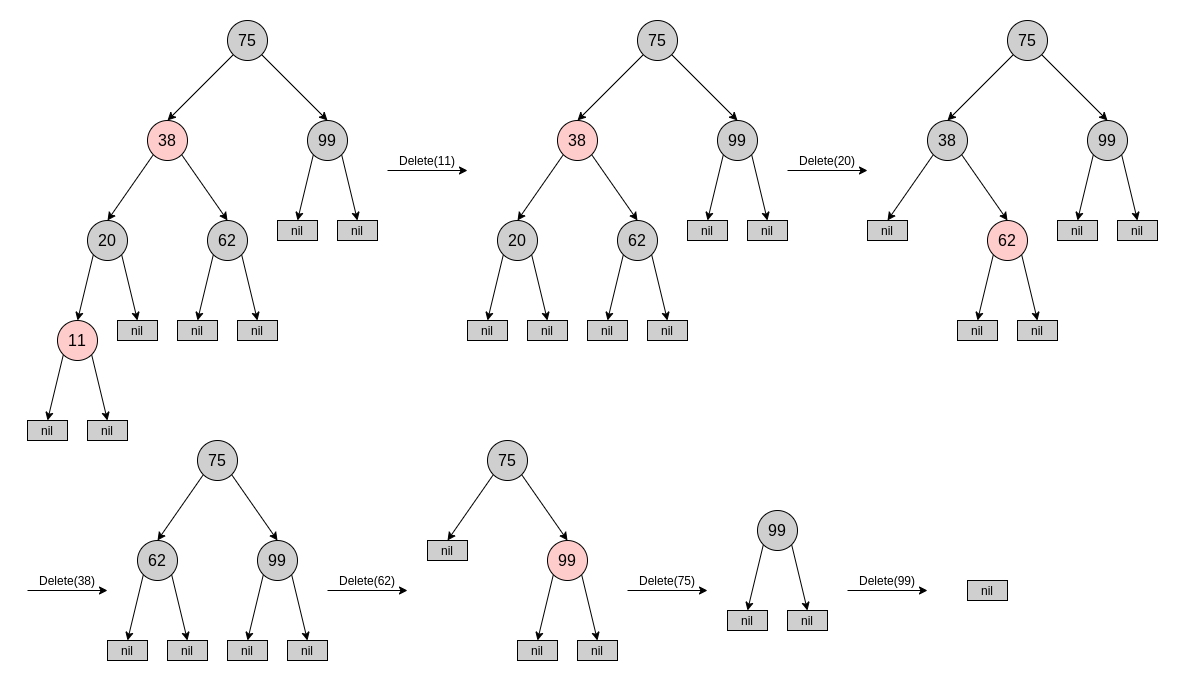
This is 数据结构/Homework/images/RB-tree-deletion.png from OrangeX4/NJUAI-Notes, a draw.io export, as it was before one commit. Source tidied: cells renumbered, new cells last; positions are measured from the earlier drawing's top-left corner, leaving out a move shared by most shapes.
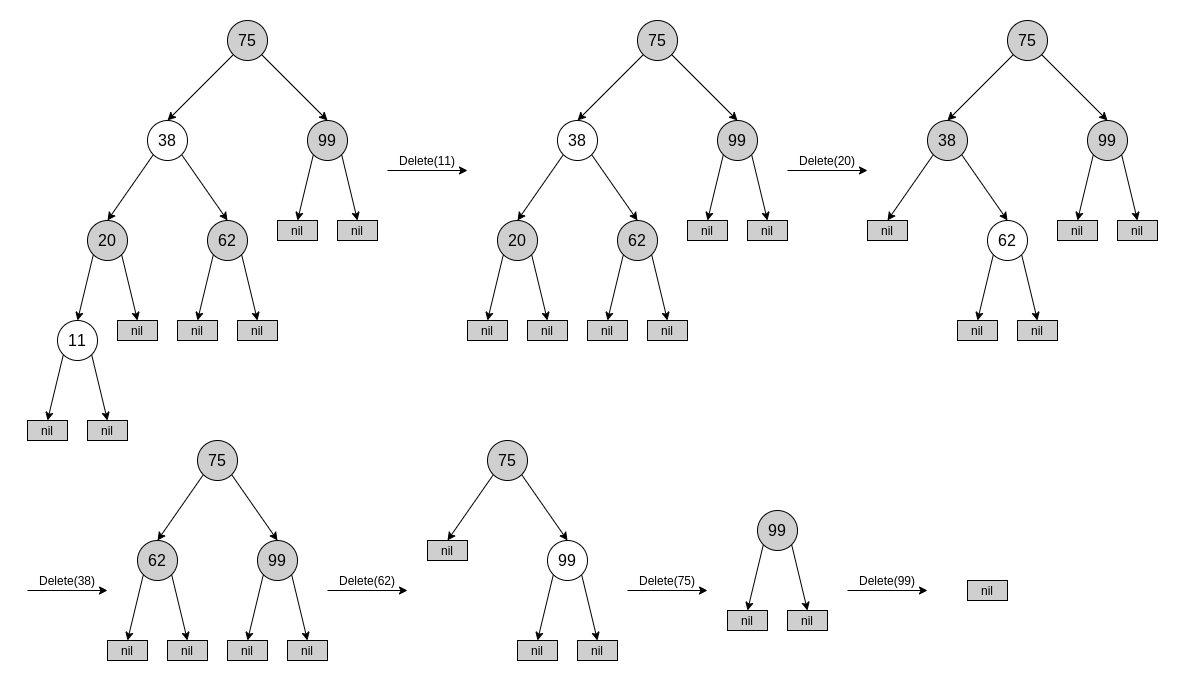
The same diagram one commit later.

Change to the diagram source:
```diff
@@ -29,7 +29,7 @@
     <mxCell id="9" style="edgeStyle=none;rounded=0;jettySize=auto;html=1;exitX=1;exitY=1;exitDx=0;exitDy=0;entryX=0.5;entryY=0;entryDx=0;entryDy=0;" parent="1" edge="1" source="10" target="29">
       <mxGeometry relative="1" as="geometry" />
     </mxCell>
-    <mxCell id="10" style="ellipse;whiteSpace=wrap;html=1;fillColor=#FFCCCC;" parent="1" vertex="1">
+    <mxCell id="10" style="ellipse;whiteSpace=wrap;html=1;fillColor=#FFFFFF;" parent="1" vertex="1">
       <mxGeometry x="120" y="100" width="40" height="40" as="geometry" />
     </mxCell>
     <mxCell id="11" value="&lt;font style=&quot;font-size: 16px&quot;&gt;38&lt;/font&gt;" style="text;html=1;strokeColor=none;fillColor=none;align=center;verticalAlign=middle;whiteSpace=wrap;rounded=0;" parent="1" vertex="1">
@@ -115,7 +115,7 @@
     <mxCell id="37" style="edgeStyle=none;rounded=0;jettySize=auto;html=1;exitX=1;exitY=1;exitDx=0;exitDy=0;entryX=0.5;entryY=0;entryDx=0;entryDy=0;" parent="1" edge="1" source="38" target="44">
       <mxGeometry relative="1" as="geometry" />
     </mxCell>
-    <mxCell id="38" style="ellipse;whiteSpace=wrap;html=1;fillColor=#FFCCCC;" parent="1" vertex="1">
+    <mxCell id="38" style="ellipse;whiteSpace=wrap;html=1;fillColor=#FFFFFF;" parent="1" vertex="1">
       <mxGeometry x="30" y="300" width="40" height="40" as="geometry" />
     </mxCell>
     <mxCell id="39" value="&lt;font style=&quot;font-size: 16px&quot;&gt;11&lt;/font&gt;" style="text;html=1;strokeColor=none;fillColor=none;align=center;verticalAlign=middle;whiteSpace=wrap;rounded=0;" parent="1" vertex="1">
@@ -154,7 +154,7 @@
     <mxCell id="50" style="edgeStyle=none;rounded=0;jettySize=auto;html=1;exitX=1;exitY=1;exitDx=0;exitDy=0;entryX=0.5;entryY=0;entryDx=0;entryDy=0;" parent="1" edge="1" source="51" target="70">
       <mxGeometry relative="1" as="geometry" />
     </mxCell>
-    <mxCell id="51" style="ellipse;whiteSpace=wrap;html=1;fillColor=#FFCCCC;" parent="1" vertex="1">
+    <mxCell id="51" style="ellipse;whiteSpace=wrap;html=1;fillColor=#FFFFFF;" parent="1" vertex="1">
       <mxGeometry x="530" y="100" width="40" height="40" as="geometry" />
     </mxCell>
     <mxCell id="52" value="&lt;font style=&quot;font-size: 16px&quot;&gt;38&lt;/font&gt;" style="text;html=1;strokeColor=none;fillColor=none;align=center;verticalAlign=middle;whiteSpace=wrap;rounded=0;" parent="1" vertex="1">
@@ -308,7 +308,7 @@
     <mxCell id="99" style="edgeStyle=none;rounded=0;jettySize=auto;html=1;exitX=1;exitY=1;exitDx=0;exitDy=0;entryX=0.5;entryY=0;entryDx=0;entryDy=0;" parent="1" edge="1" source="100" target="106">
       <mxGeometry relative="1" as="geometry" />
     </mxCell>
-    <mxCell id="100" style="ellipse;whiteSpace=wrap;html=1;fillColor=#FFCCCC;" parent="1" vertex="1">
+    <mxCell id="100" style="ellipse;whiteSpace=wrap;html=1;fillColor=#FFFFFF;" parent="1" vertex="1">
       <mxGeometry x="960" y="200" width="40" height="40" as="geometry" />
     </mxCell>
     <mxCell id="101" value="&lt;font style=&quot;font-size: 16px&quot;&gt;62&lt;/font&gt;" style="text;html=1;strokeColor=none;fillColor=none;align=center;verticalAlign=middle;whiteSpace=wrap;rounded=0;" parent="1" vertex="1">
@@ -446,7 +446,7 @@
     <mxCell id="141" style="edgeStyle=none;rounded=0;jettySize=auto;html=1;exitX=1;exitY=1;exitDx=0;exitDy=0;entryX=0.5;entryY=0;entryDx=0;entryDy=0;" parent="1" edge="1" source="142" target="148">
       <mxGeometry relative="1" as="geometry" />
     </mxCell>
-    <mxCell id="142" style="ellipse;whiteSpace=wrap;html=1;fillColor=#FFCCCC;" parent="1" vertex="1">
+    <mxCell id="142" style="ellipse;whiteSpace=wrap;html=1;fillColor=#FFFFFF;" parent="1" vertex="1">
       <mxGeometry x="520" y="520" width="40" height="40" as="geometry" />
     </mxCell>
     <mxCell id="143" value="&lt;font style=&quot;font-size: 16px&quot;&gt;99&lt;/font&gt;" style="text;html=1;strokeColor=none;fillColor=none;align=center;verticalAlign=middle;whiteSpace=wrap;rounded=0;" parent="1" vertex="1">
```
